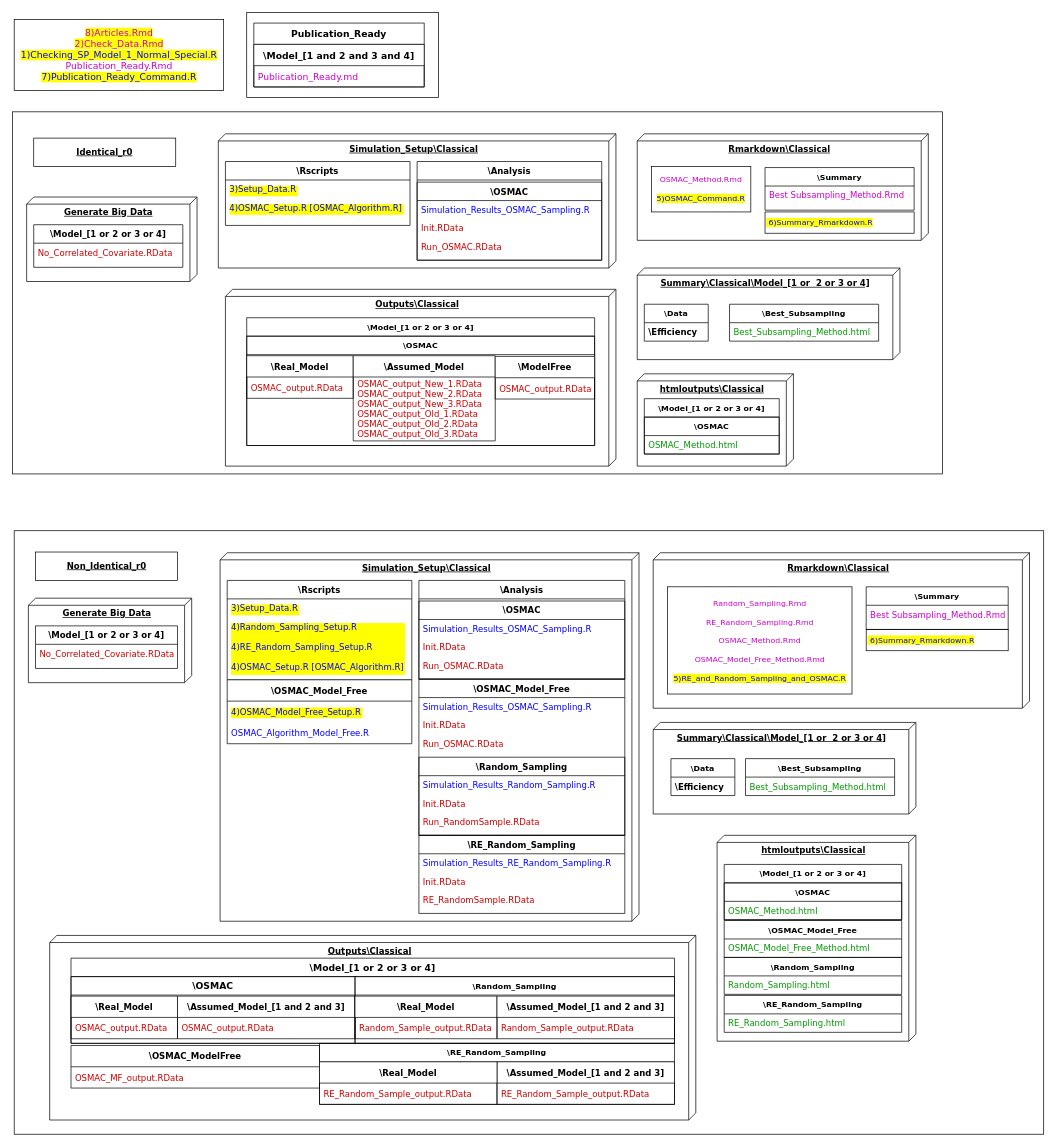
Above: Images/Brief_FullDiagram.drawio in Amalan-ConStat/RS_OS_MROS_LR_Two_Var_Normal_Alpha (draw.io), before the change. Source tidied: cells renumbered, new cells numbered last; positions are measured from the earlier drawing's top-left corner, leaving out a move shared by most shapes. Both pictures are drawn from the tidied source at 71%, with x=0, y=0 at pixel (12, 12).
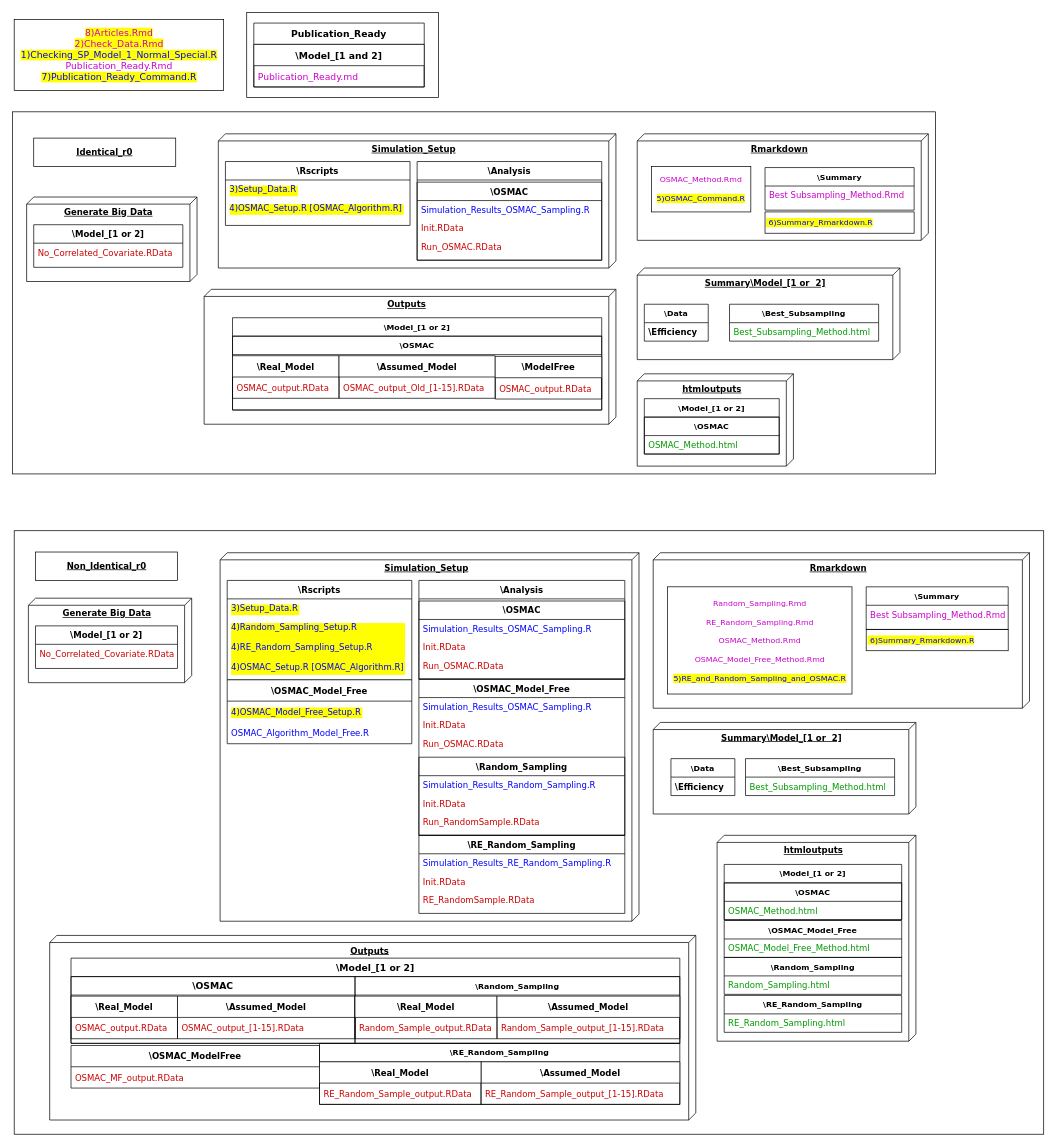
After the change.

The change refers to these unchanged cells:
```xml
<mxCell id="109" value="Publication_Ready" style="swimlane;fontStyle=1;horizontal=1;startSize=30;fontFamily=Verdana;fontSize=13;fontColor=#000000;" parent="1" vertex="1">
  <mxGeometry x="340" y="15" width="240" height="90" as="geometry" />
</mxCell>
```

Change to the diagram source:
```diff
@@
     <mxCell id="4" style="rounded=0;whiteSpace=wrap;html=1;fontColor=#000000;fontFamily=Verdana;" parent="1" vertex="1">
-      <mxGeometry y="140" width="1310" height="510" as="geometry" />
+      <mxGeometry y="140" width="1300" height="510" as="geometry" />
     </mxCell>
@@
-    <mxCell id="6" value="htmloutputs\Classical&lt;br&gt;&lt;br&gt;" style="verticalAlign=top;align=center;spacingTop=8;spacingLeft=2;spacingRight=12;shape=cube;size=10;direction=south;fontStyle=5;html=1;rounded=0;shadow=0;comic=0;labelBackgroundColor=none;strokeWidth=1;fontFamily=Verdana;fontSize=12;" parent="1" vertex="1">
+    <mxCell id="6" value="htmloutputs&lt;br&gt;" style="verticalAlign=top;align=center;spacingTop=8;spacingLeft=2;spacingRight=12;shape=cube;size=10;direction=south;fontStyle=5;html=1;rounded=0;shadow=0;comic=0;labelBackgroundColor=none;strokeWidth=1;fontFamily=Verdana;fontSize=12;" parent="1" vertex="1">
       <mxGeometry x="880" y="509" width="220" height="130" as="geometry" />
     </mxCell>
-    <mxCell id="7" value="Outputs\Classical" style="verticalAlign=top;align=center;spacingTop=8;spacingLeft=2;spacingRight=12;shape=cube;size=10;direction=south;fontStyle=5;html=1;rounded=0;shadow=0;comic=0;labelBackgroundColor=none;strokeWidth=1;fontFamily=Verdana;fontSize=12;" parent="1" vertex="1">
-      <mxGeometry x="300" y="390" width="550" height="249" as="geometry" />
+    <mxCell id="7" value="Outputs" style="verticalAlign=top;align=center;spacingTop=8;spacingLeft=2;spacingRight=12;shape=cube;size=10;direction=south;fontStyle=5;html=1;rounded=0;shadow=0;comic=0;labelBackgroundColor=none;strokeWidth=1;fontFamily=Verdana;fontSize=12;" parent="1" vertex="1">
+      <mxGeometry x="270" y="390" width="580" height="190" as="geometry" />
     </mxCell>
-    <mxCell id="8" value="&lt;b&gt;Rmarkdown\Classical&lt;/b&gt;" style="verticalAlign=top;align=center;spacingTop=8;spacingLeft=2;spacingRight=12;shape=cube;size=10;direction=south;fontStyle=4;html=1;rounded=0;shadow=0;comic=0;labelBackgroundColor=none;strokeWidth=1;fontFamily=Verdana;fontSize=12;" parent="1" vertex="1">
+    <mxCell id="8" value="&lt;b&gt;Rmarkdown&lt;/b&gt;" style="verticalAlign=top;align=center;spacingTop=8;spacingLeft=2;spacingRight=12;shape=cube;size=10;direction=south;fontStyle=4;html=1;rounded=0;shadow=0;comic=0;labelBackgroundColor=none;strokeWidth=1;fontFamily=Verdana;fontSize=12;" parent="1" vertex="1">
       <mxGeometry x="880" y="171" width="410" height="150" as="geometry" />
     </mxCell>
-    <mxCell id="9" value="Simulation_Setup\Classical" style="verticalAlign=top;align=center;spacingTop=8;spacingLeft=2;spacingRight=12;shape=cube;size=10;direction=south;fontStyle=5;html=1;rounded=0;shadow=0;comic=0;labelBackgroundColor=none;strokeWidth=1;fontFamily=Verdana;fontSize=12;" parent="1" vertex="1">
+    <mxCell id="9" value="Simulation_Setup" style="verticalAlign=top;align=center;spacingTop=8;spacingLeft=2;spacingRight=12;shape=cube;size=10;direction=south;fontStyle=5;html=1;rounded=0;shadow=0;comic=0;labelBackgroundColor=none;strokeWidth=1;fontFamily=Verdana;fontSize=12;" parent="1" vertex="1">
       <mxGeometry x="290" y="171" width="560" height="189" as="geometry" />
     </mxCell>
-    <mxCell id="10" value="&lt;b&gt;Summary\Classical\Model_[1 or&amp;nbsp; 2 or 3 or 4]&lt;/b&gt;" style="verticalAlign=top;align=center;spacingTop=8;spacingLeft=2;spacingRight=12;shape=cube;size=10;direction=south;fontStyle=4;html=1;rounded=0;shadow=0;comic=0;labelBackgroundColor=none;strokeWidth=1;fontFamily=Verdana;fontSize=12;" parent="1" vertex="1">
+    <mxCell id="10" value="&lt;b&gt;Summary\Model_[1 or&amp;nbsp; 2]&lt;/b&gt;" style="verticalAlign=top;align=center;spacingTop=8;spacingLeft=2;spacingRight=12;shape=cube;size=10;direction=south;fontStyle=4;html=1;rounded=0;shadow=0;comic=0;labelBackgroundColor=none;strokeWidth=1;fontFamily=Verdana;fontSize=12;" parent="1" vertex="1">
       <mxGeometry x="880" y="360" width="370" height="129" as="geometry" />
     </mxCell>
-    <mxCell id="11" value="\Model_[1 or 2 or 3 or 4]" style="swimlane;fontStyle=1;horizontal=1;startSize=26;fontFamily=Verdana;" parent="1" vertex="1">
+    <mxCell id="11" value="\Model_[1 or 2]" style="swimlane;fontStyle=1;horizontal=1;startSize=26;fontFamily=Verdana;" parent="1" vertex="1">
       <mxGeometry x="30" y="299" width="210" height="60" as="geometry" />
     </mxCell>
@@
-    <mxCell id="17" value="\Model_[1 or 2 or 3 or 4]" style="swimlane;fontStyle=1;horizontal=1;startSize=26;fontSize=11;strokeColor=#000000;fillColor=none;align=center;html=0;fontFamily=Verdana;" parent="1" vertex="1">
-      <mxGeometry x="330" y="430" width="490" height="180" as="geometry" />
+    <mxCell id="17" value="\Model_[1 or 2]" style="swimlane;fontStyle=1;horizontal=1;startSize=26;fontSize=11;strokeColor=#000000;fillColor=none;align=center;html=0;fontFamily=Verdana;" parent="1" vertex="1">
+      <mxGeometry x="310" y="430" width="520" height="130" as="geometry" />
     </mxCell>
     <mxCell id="18" value="\OSMAC" style="swimlane;fontStyle=1;horizontal=1;startSize=26;fontSize=11;strokeColor=#000000;fillColor=none;align=center;html=0;fontFamily=Verdana;" parent="17" vertex="1">
-      <mxGeometry y="26" width="490" height="154" as="geometry" />
+      <mxGeometry y="26" width="520" height="104" as="geometry" />
     </mxCell>
@@
-    <mxCell id="23" value="\Model_[1 or 2 or 3 or 4]" style="swimlane;fontStyle=1;horizontal=1;startSize=26;fontSize=11;strokeColor=#000000;fillColor=none;align=center;html=0;fontFamily=Verdana;" parent="1" vertex="1">
+    <mxCell id="23" value="\Model_[1 or 2]" style="swimlane;fontStyle=1;horizontal=1;startSize=26;fontSize=11;strokeColor=#000000;fillColor=none;align=center;html=0;fontFamily=Verdana;" parent="1" vertex="1">
       <mxGeometry x="890" y="544" width="190" height="78" as="geometry" />
     </mxCell>
@@
     <mxCell id="35" value="\Real_Model" style="swimlane;fontStyle=1;horizontal=1;startSize=30;fontColor=#000000;fontFamily=Verdana;" parent="1" vertex="1">
-      <mxGeometry x="330" y="483.5" width="150" height="60" as="geometry" />
+      <mxGeometry x="310" y="483.5" width="150" height="60" as="geometry" />
     </mxCell>
@@
     <mxCell id="37" value="\Assumed_Model" style="swimlane;fontStyle=1;horizontal=1;startSize=30;fontColor=#000000;fontFamily=Verdana;" parent="1" vertex="1">
-      <mxGeometry x="480" y="483.5" width="200" height="120" as="geometry" />
+      <mxGeometry x="460" y="483.5" width="220" height="60" as="geometry" />
     </mxCell>
-    <mxCell id="38" value="OSMAC_output_New_1.RData&#10;OSMAC_output_New_2.RData&#10;OSMAC_output_New_3.RData&#10;OSMAC_output_Old_1.RData&#10;OSMAC_output_Old_2.RData&#10;OSMAC_output_Old_3.RData" style="text;strokeColor=none;fillColor=none;align=left;verticalAlign=middle;spacingLeft=4;spacingRight=4;overflow=hidden;fontColor=#CC0000;fontFamily=Verdana;" parent="37" vertex="1">
-      <mxGeometry y="30" width="200" height="90" as="geometry" />
+    <mxCell id="38" value="OSMAC_output_Old_[1-15].RData" style="text;strokeColor=none;fillColor=none;align=left;verticalAlign=middle;spacingLeft=4;spacingRight=4;overflow=hidden;fontColor=#CC0000;fontFamily=Verdana;" parent="37" vertex="1">
+      <mxGeometry y="30" width="220" height="30" as="geometry" />
     </mxCell>
     <mxCell id="39" value="\ModelFree" style="swimlane;fontStyle=1;horizontal=1;startSize=30;fontColor=#000000;fontFamily=Verdana;" parent="1" vertex="1">
-      <mxGeometry x="680" y="484.5" width="140" height="60" as="geometry" />
+      <mxGeometry x="680" y="484.5" width="150" height="60" as="geometry" />
     </mxCell>
     <mxCell id="40" value="OSMAC_output.RData" style="text;strokeColor=none;fillColor=none;align=left;verticalAlign=middle;spacingLeft=4;spacingRight=4;overflow=hidden;fontColor=#CC0000;fontFamily=Verdana;" parent="39" vertex="1">
-      <mxGeometry y="30" width="140" height="30" as="geometry" />
+      <mxGeometry y="30" width="150" height="30" as="geometry" />
     </mxCell>
@@
-    <mxCell id="42" value="htmloutputs\Classical&lt;br&gt;&lt;br&gt;" style="verticalAlign=top;align=center;spacingTop=8;spacingLeft=2;spacingRight=12;shape=cube;size=10;direction=south;fontStyle=5;html=1;rounded=0;shadow=0;comic=0;labelBackgroundColor=none;strokeWidth=1;fontFamily=Verdana;fontSize=12;" parent="1" vertex="1">
+    <mxCell id="42" value="htmloutputs" style="verticalAlign=top;align=center;spacingTop=8;spacingLeft=2;spacingRight=12;shape=cube;size=10;direction=south;fontStyle=5;html=1;rounded=0;shadow=0;comic=0;labelBackgroundColor=none;strokeWidth=1;fontFamily=Verdana;fontSize=12;" parent="1" vertex="1">
       <mxGeometry x="992.5" y="1159" width="280" height="290" as="geometry" />
     </mxCell>
-    <mxCell id="43" value="Outputs\Classical" style="verticalAlign=top;align=center;spacingTop=8;spacingLeft=2;spacingRight=12;shape=cube;size=10;direction=south;fontStyle=5;html=1;rounded=0;shadow=0;comic=0;labelBackgroundColor=none;strokeWidth=1;fontFamily=Verdana;fontSize=12;" parent="1" vertex="1">
+    <mxCell id="43" value="Outputs" style="verticalAlign=top;align=center;spacingTop=8;spacingLeft=2;spacingRight=12;shape=cube;size=10;direction=south;fontStyle=5;html=1;rounded=0;shadow=0;comic=0;labelBackgroundColor=none;strokeWidth=1;fontFamily=Verdana;fontSize=12;" parent="1" vertex="1">
       <mxGeometry x="52.5" y="1300" width="910" height="260" as="geometry" />
     </mxCell>
-    <mxCell id="44" value="&lt;b&gt;Rmarkdown\Classical&lt;/b&gt;" style="verticalAlign=top;align=center;spacingTop=8;spacingLeft=2;spacingRight=12;shape=cube;size=10;direction=south;fontStyle=4;html=1;rounded=0;shadow=0;comic=0;labelBackgroundColor=none;strokeWidth=1;fontFamily=Verdana;fontSize=12;" parent="1" vertex="1">
+    <mxCell id="44" value="&lt;b&gt;Rmarkdown&lt;/b&gt;" style="verticalAlign=top;align=center;spacingTop=8;spacingLeft=2;spacingRight=12;shape=cube;size=10;direction=south;fontStyle=4;html=1;rounded=0;shadow=0;comic=0;labelBackgroundColor=none;strokeWidth=1;fontFamily=Verdana;fontSize=12;" parent="1" vertex="1">
       <mxGeometry x="902.5" y="761" width="530" height="219" as="geometry" />
     </mxCell>
-    <mxCell id="45" value="Simulation_Setup\Classical" style="verticalAlign=top;align=center;spacingTop=8;spacingLeft=2;spacingRight=12;shape=cube;size=10;direction=south;fontStyle=5;html=1;rounded=0;shadow=0;comic=0;labelBackgroundColor=none;strokeWidth=1;fontFamily=Verdana;fontSize=12;" parent="1" vertex="1">
+    <mxCell id="45" value="Simulation_Setup" style="verticalAlign=top;align=center;spacingTop=8;spacingLeft=2;spacingRight=12;shape=cube;size=10;direction=south;fontStyle=5;html=1;rounded=0;shadow=0;comic=0;labelBackgroundColor=none;strokeWidth=1;fontFamily=Verdana;fontSize=12;" parent="1" vertex="1">
       <mxGeometry x="292.5" y="761" width="590" height="519" as="geometry" />
     </mxCell>
-    <mxCell id="46" value="&lt;b&gt;Summary\Classical\Model_[1 or&amp;nbsp; 2 or 3 or 4]&lt;/b&gt;" style="verticalAlign=top;align=center;spacingTop=8;spacingLeft=2;spacingRight=12;shape=cube;size=10;direction=south;fontStyle=4;html=1;rounded=0;shadow=0;comic=0;labelBackgroundColor=none;strokeWidth=1;fontFamily=Verdana;fontSize=12;" parent="1" vertex="1">
+    <mxCell id="46" value="&lt;b&gt;Summary\Model_[1 or&amp;nbsp; 2]&lt;/b&gt;" style="verticalAlign=top;align=center;spacingTop=8;spacingLeft=2;spacingRight=12;shape=cube;size=10;direction=south;fontStyle=4;html=1;rounded=0;shadow=0;comic=0;labelBackgroundColor=none;strokeWidth=1;fontFamily=Verdana;fontSize=12;" parent="1" vertex="1">
       <mxGeometry x="902.5" y="1000" width="370" height="129" as="geometry" />
     </mxCell>
-    <mxCell id="47" value="\Model_[1 or 2 or 3 or 4]" style="swimlane;fontStyle=1;horizontal=1;startSize=26;fontFamily=Verdana;" parent="1" vertex="1">
+    <mxCell id="47" value="\Model_[1 or 2]" style="swimlane;fontStyle=1;horizontal=1;startSize=26;fontFamily=Verdana;" parent="1" vertex="1">
       <mxGeometry x="32.5" y="864" width="200" height="60" as="geometry" />
     </mxCell>
@@
-    <mxCell id="53" value="\Model_[1 or 2 or 3 or 4]" style="swimlane;fontStyle=1;horizontal=1;startSize=26;fontSize=13;strokeColor=#000000;fillColor=none;align=center;html=0;fontFamily=Verdana;" parent="1" vertex="1">
-      <mxGeometry x="82.5" y="1332" width="850" height="120" as="geometry" />
+    <mxCell id="53" value="\Model_[1 or 2]" style="swimlane;fontStyle=1;horizontal=1;startSize=26;fontSize=13;strokeColor=#000000;fillColor=none;align=center;html=0;fontFamily=Verdana;" parent="1" vertex="1">
+      <mxGeometry x="82.5" y="1332" width="857.5" height="120" as="geometry" />
     </mxCell>
@@
-    <mxCell id="58" value="\Model_[1 or 2 or 3 or 4]" style="swimlane;fontStyle=1;horizontal=1;startSize=26;fontSize=11;strokeColor=#000000;fillColor=none;align=center;html=0;fontFamily=Verdana;" parent="1" vertex="1">
+    <mxCell id="58" value="\Model_[1 or 2]" style="swimlane;fontStyle=1;horizontal=1;startSize=26;fontSize=11;strokeColor=#000000;fillColor=none;align=center;html=0;fontFamily=Verdana;" parent="1" vertex="1">
       <mxGeometry x="1002.5" y="1200" width="250" height="78" as="geometry" />
     </mxCell>
@@
-    <mxCell id="72" value="\Assumed_Model_[1 and 2 and 3]" style="swimlane;fontStyle=1;horizontal=1;startSize=30;fontColor=#000000;fontFamily=Verdana;" parent="1" vertex="1">
+    <mxCell id="72" value="\Assumed_Model" style="swimlane;fontStyle=1;horizontal=1;startSize=30;fontColor=#000000;fontFamily=Verdana;" parent="1" vertex="1">
       <mxGeometry x="232.5" y="1385.5" width="250" height="60" as="geometry" />
     </mxCell>
-    <mxCell id="73" value="OSMAC_output.RData" style="text;strokeColor=none;fillColor=none;align=left;verticalAlign=middle;spacingLeft=4;spacingRight=4;overflow=hidden;fontColor=#CC0000;fontFamily=Verdana;" parent="72" vertex="1">
+    <mxCell id="73" value="OSMAC_output_[1-15].RData" style="text;strokeColor=none;fillColor=none;align=left;verticalAlign=middle;spacingLeft=4;spacingRight=4;overflow=hidden;fontColor=#CC0000;fontFamily=Verdana;" parent="72" vertex="1">
       <mxGeometry y="30" width="250" height="30" as="geometry" />
     </mxCell>
@@
     <mxCell id="91" value="\Random_Sampling" style="swimlane;fontStyle=1;horizontal=1;startSize=26;fontSize=11;strokeColor=#000000;fillColor=none;align=center;html=0;fontFamily=Verdana;" parent="1" vertex="1">
-      <mxGeometry x="482.5" y="1358" width="450" height="94" as="geometry" />
+      <mxGeometry x="482.5" y="1358" width="457.5" height="94" as="geometry" />
     </mxCell>
@@
-    <mxCell id="95" value="\Assumed_Model_[1 and 2 and 3]" style="swimlane;fontStyle=1;horizontal=1;startSize=30;fontColor=#000000;fontFamily=Verdana;" parent="1" vertex="1">
-      <mxGeometry x="682.5" y="1385.5" width="250" height="60" as="geometry" />
+    <mxCell id="95" value="\Assumed_Model" style="swimlane;fontStyle=1;horizontal=1;startSize=30;fontColor=#000000;fontFamily=Verdana;" parent="1" vertex="1">
+      <mxGeometry x="682.5" y="1385.5" width="257.5" height="60" as="geometry" />
     </mxCell>
-    <mxCell id="96" value="Random_Sample_output.RData" style="text;strokeColor=none;fillColor=none;align=left;verticalAlign=middle;spacingLeft=4;spacingRight=4;overflow=hidden;fontColor=#CC0000;fontFamily=Verdana;" parent="95" vertex="1">
-      <mxGeometry y="30" width="250" height="30" as="geometry" />
+    <mxCell id="96" value="Random_Sample_output_[1-15].RData" style="text;strokeColor=none;fillColor=none;align=left;verticalAlign=middle;spacingLeft=4;spacingRight=4;overflow=hidden;fontColor=#CC0000;fontFamily=Verdana;" parent="95" vertex="1">
+      <mxGeometry y="30" width="257.5" height="30" as="geometry" />
     </mxCell>
     <mxCell id="97" value="\RE_Random_Sampling" style="swimlane;fontStyle=1;horizontal=1;startSize=26;fontSize=11;strokeColor=#000000;fillColor=none;align=center;html=0;fontFamily=Verdana;" parent="1" vertex="1">
-      <mxGeometry x="432.5" y="1452" width="500" height="86" as="geometry" />
+      <mxGeometry x="432.5" y="1452" width="507.5" height="86" as="geometry" />
     </mxCell>
-    <mxCell id="98" value="\Assumed_Model_[1 and 2 and 3]" style="swimlane;fontStyle=1;horizontal=1;startSize=30;fontColor=#000000;fontFamily=Verdana;" parent="1" vertex="1">
-      <mxGeometry x="682.5" y="1478" width="250" height="60" as="geometry" />
+    <mxCell id="98" value="\Assumed_Model" style="swimlane;fontStyle=1;horizontal=1;startSize=30;fontColor=#000000;fontFamily=Verdana;" parent="1" vertex="1">
+      <mxGeometry x="660" y="1478" width="280" height="60" as="geometry" />
     </mxCell>
-    <mxCell id="99" value="RE_Random_Sample_output.RData" style="text;strokeColor=none;fillColor=none;align=left;verticalAlign=middle;spacingLeft=4;spacingRight=4;overflow=hidden;fontColor=#CC0000;fontFamily=Verdana;" parent="98" vertex="1">
-      <mxGeometry y="30" width="250" height="30" as="geometry" />
+    <mxCell id="99" value="RE_Random_Sample_output_[1-15].RData" style="text;strokeColor=none;fillColor=none;align=left;verticalAlign=middle;spacingLeft=4;spacingRight=4;overflow=hidden;fontColor=#CC0000;fontFamily=Verdana;" parent="98" vertex="1">
+      <mxGeometry y="30" width="280" height="30" as="geometry" />
     </mxCell>
     <mxCell id="100" value="\Real_Model" style="swimlane;fontStyle=1;horizontal=1;startSize=30;fontColor=#000000;fontFamily=Verdana;" parent="1" vertex="1">
-      <mxGeometry x="432.5" y="1478" width="250" height="60" as="geometry" />
+      <mxGeometry x="432.5" y="1478" width="227.5" height="60" as="geometry" />
     </mxCell>
     <mxCell id="101" value="RE_Random_Sample_output.RData" style="text;strokeColor=none;fillColor=none;align=left;verticalAlign=middle;spacingLeft=4;spacingRight=4;overflow=hidden;fontColor=#CC0000;fontFamily=Verdana;" parent="100" vertex="1">
-      <mxGeometry y="30" width="250" height="30" as="geometry" />
+      <mxGeometry y="30" width="227.5" height="30" as="geometry" />
     </mxCell>
@@
-    <mxCell id="110" value="\Model_[1 and 2 and 3 and 4]" style="swimlane;fontStyle=1;horizontal=1;startSize=30;fontFamily=Verdana;fontSize=13;fontColor=#000000;" parent="109" vertex="1">
+    <mxCell id="110" value="\Model_[1 and 2]" style="swimlane;fontStyle=1;horizontal=1;startSize=30;fontFamily=Verdana;fontSize=13;fontColor=#000000;" parent="109" vertex="1">
       <mxGeometry y="30" width="240" height="60" as="geometry" />
     </mxCell>
```
